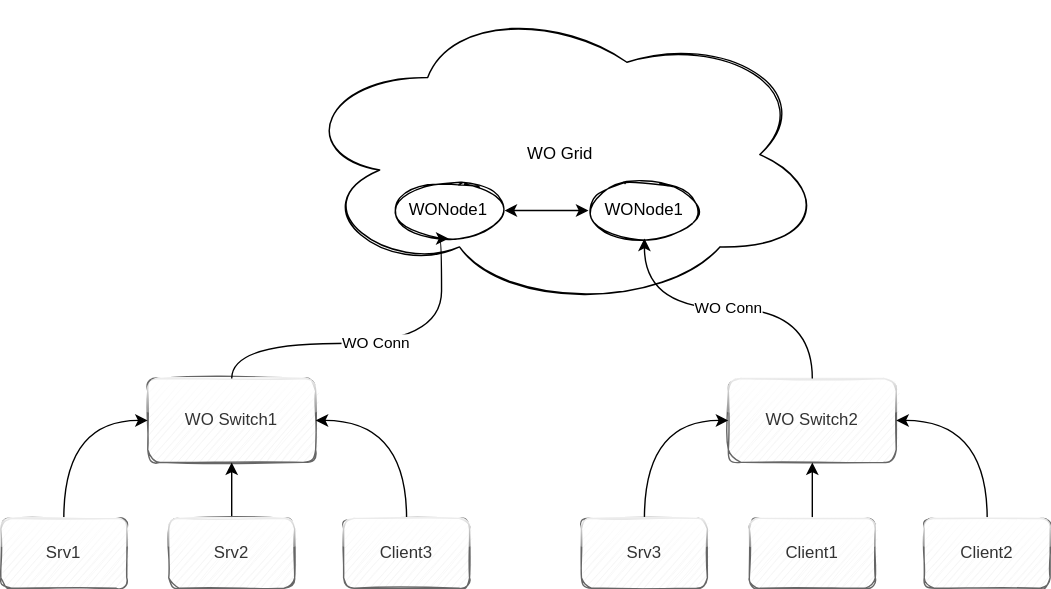
The draw.io diagram docs/design/wo.drawio.svg in mainvec/mvep, before a commit. Source tidied: cells renumbered, new cells last; positions are measured from the earlier drawing's top-left corner, leaving out a move shared by most shapes.
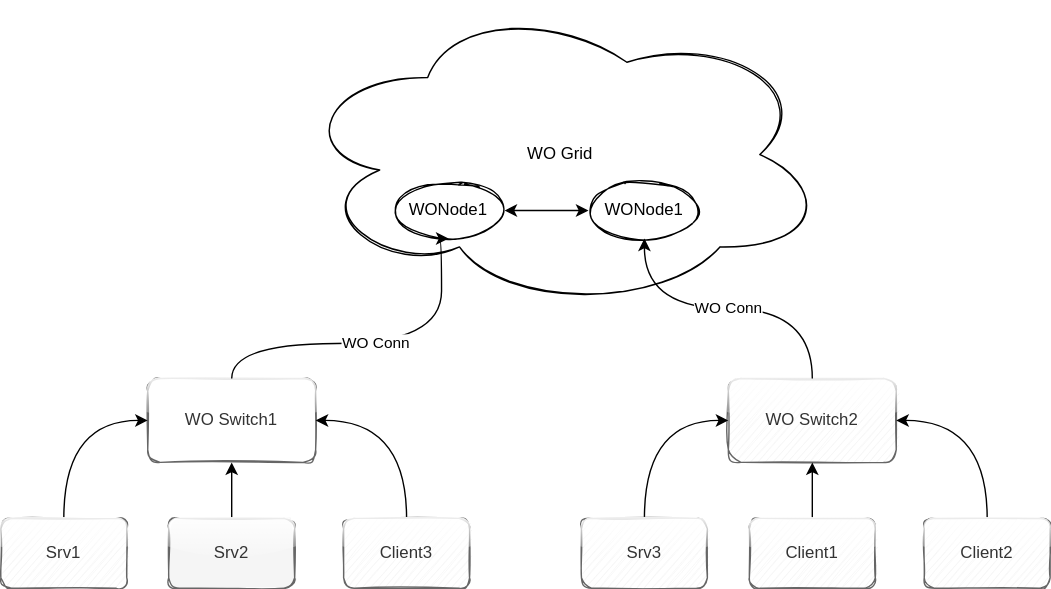
After the commit.

Diff of the diagram source:
```diff
@@ -2,7 +2,7 @@
   <root>
     <mxCell id="0" />
     <mxCell id="1" parent="0" />
-    <mxCell id="2" value="WO Switch1" style="rounded=1;whiteSpace=wrap;html=1;fillColor=#f5f5f5;fontColor=#333333;strokeColor=#666666;glass=1;sketch=1;shadow=0;" parent="1" vertex="1">
+    <mxCell id="2" value="WO Switch1" style="rounded=1;whiteSpace=wrap;html=1;fillColor=#FFFFFF;fontColor=#333333;strokeColor=#666666;glass=1;sketch=1;shadow=0;fillStyle=solid;" parent="1" vertex="1">
       <mxGeometry x="105" y="270" width="120" height="60" as="geometry" />
     </mxCell>
     <mxCell id="3" style="edgeStyle=orthogonalEdgeStyle;rounded=0;jettySize=auto;html=1;exitX=0.5;exitY=0;exitDx=0;exitDy=0;entryX=0;entryY=0.5;entryDx=0;entryDy=0;curved=1;" parent="1" edge="1" source="4" target="2">
@@ -14,7 +14,7 @@
     <mxCell id="5" style="edgeStyle=orthogonalEdgeStyle;curved=1;rounded=0;jettySize=auto;html=1;exitX=0.5;exitY=0;exitDx=0;exitDy=0;entryX=0.5;entryY=1;entryDx=0;entryDy=0;" parent="1" edge="1" source="6" target="2">
       <mxGeometry relative="1" as="geometry" />
     </mxCell>
-    <mxCell id="6" value="Srv2" style="rounded=1;whiteSpace=wrap;html=1;fillColor=#f5f5f5;fontColor=#333333;strokeColor=#666666;glass=1;sketch=1;shadow=0;" parent="1" vertex="1">
+    <mxCell id="6" value="Srv2" style="rounded=1;whiteSpace=wrap;html=1;fillColor=#f5f5f5;fontColor=#333333;strokeColor=#666666;glass=1;sketch=1;shadow=0;fillStyle=solid;" parent="1" vertex="1">
       <mxGeometry x="120" y="370" width="90" height="50" as="geometry" />
     </mxCell>
     <mxCell id="7" style="edgeStyle=orthogonalEdgeStyle;curved=1;rounded=0;jettySize=auto;html=1;exitX=0.5;exitY=0;exitDx=0;exitDy=0;entryX=1;entryY=0.5;entryDx=0;entryDy=0;" parent="1" edge="1" source="8" target="2">
@@ -29,7 +29,7 @@
     <mxCell id="10" style="edgeStyle=orthogonalEdgeStyle;rounded=0;jettySize=auto;html=1;exitX=0.5;exitY=0;exitDx=0;exitDy=0;entryX=0;entryY=0.5;entryDx=0;entryDy=0;curved=1;" parent="1" edge="1" source="11" target="9">
       <mxGeometry relative="1" as="geometry" />
     </mxCell>
-    <mxCell id="11" value="Srv3" style="rounded=1;whiteSpace=wrap;html=1;fillColor=#f5f5f5;fontColor=#333333;strokeColor=#666666;glass=1;sketch=1;shadow=0;" parent="1" vertex="1">
+    <mxCell id="11" value="Srv3" style="rounded=1;whiteSpace=wrap;html=1;fillColor=#f5f5f5;fontColor=#333333;strokeColor=#666666;glass=1;sketch=1;shadow=0;fillStyle=hachure;" parent="1" vertex="1">
       <mxGeometry x="415" y="370" width="90" height="50" as="geometry" />
     </mxCell>
     <mxCell id="12" style="edgeStyle=orthogonalEdgeStyle;curved=1;rounded=0;jettySize=auto;html=1;exitX=0.5;exitY=0;exitDx=0;exitDy=0;entryX=0.5;entryY=1;entryDx=0;entryDy=0;" parent="1" edge="1" source="13" target="9">
```
